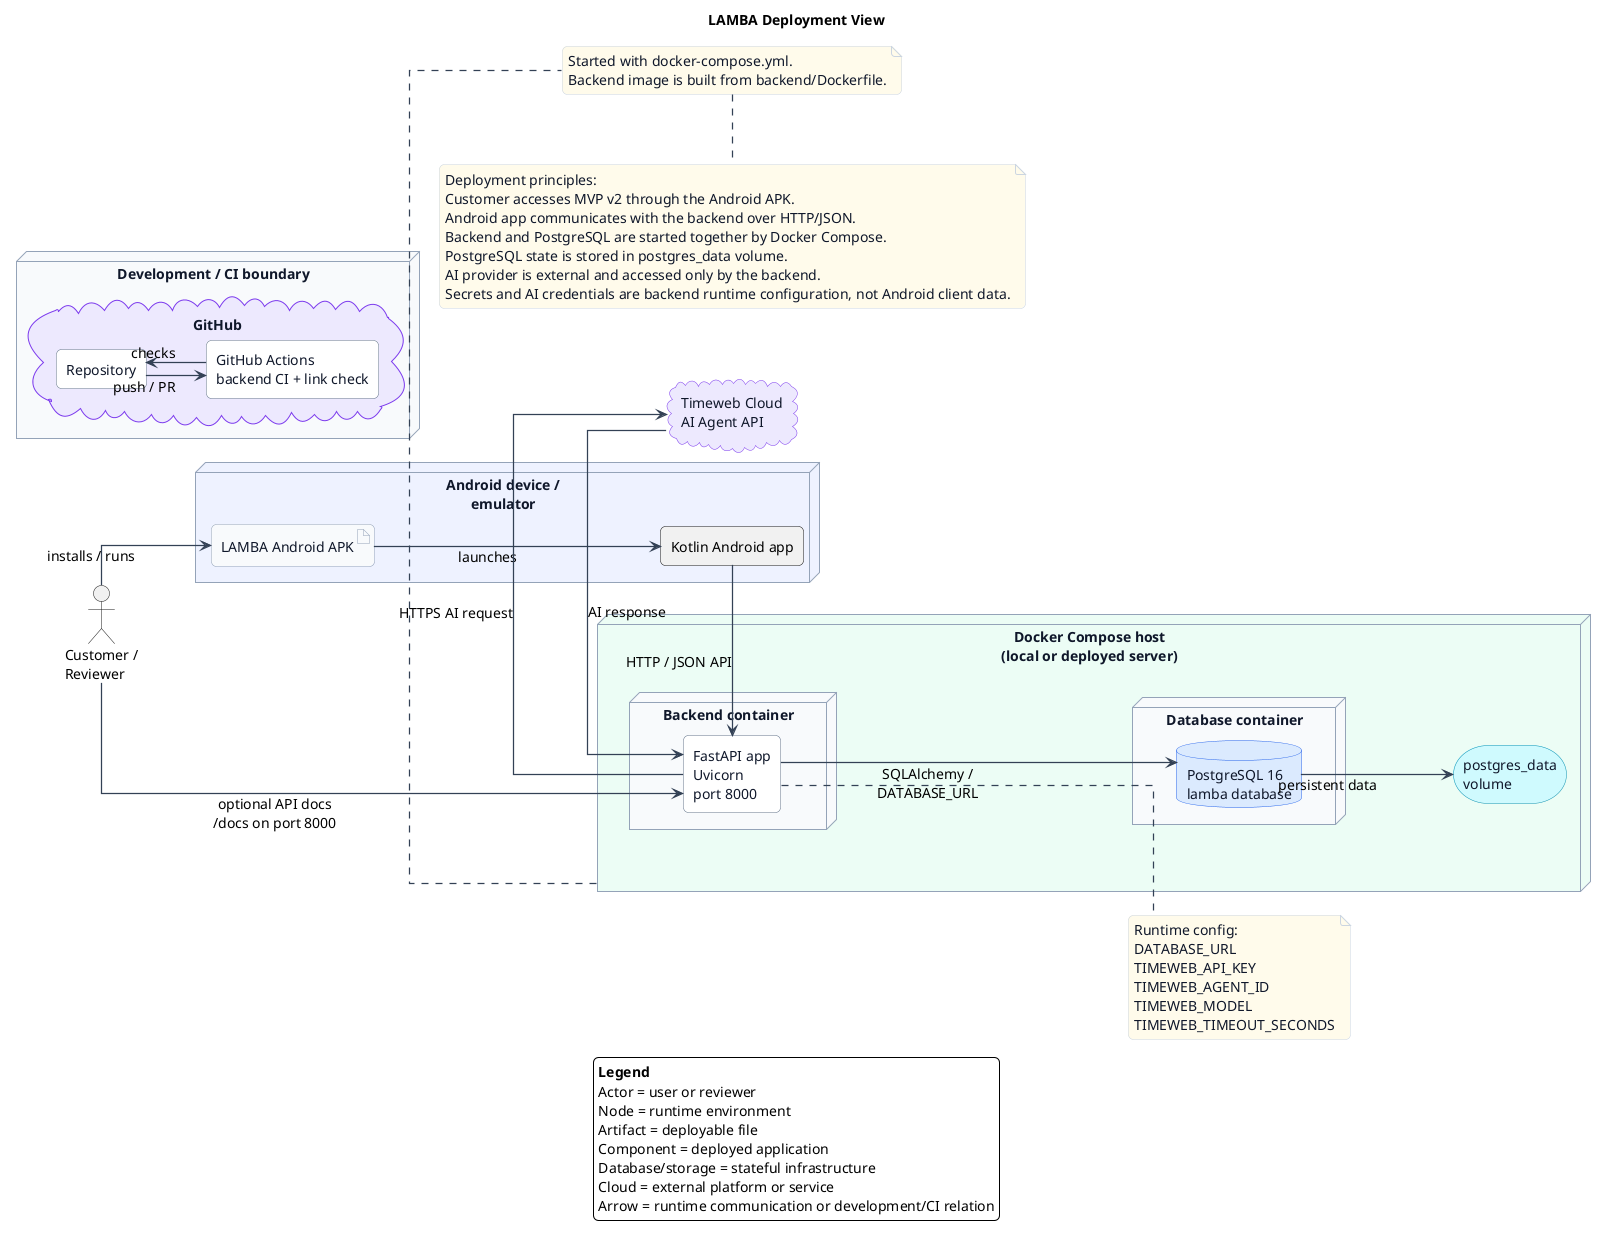
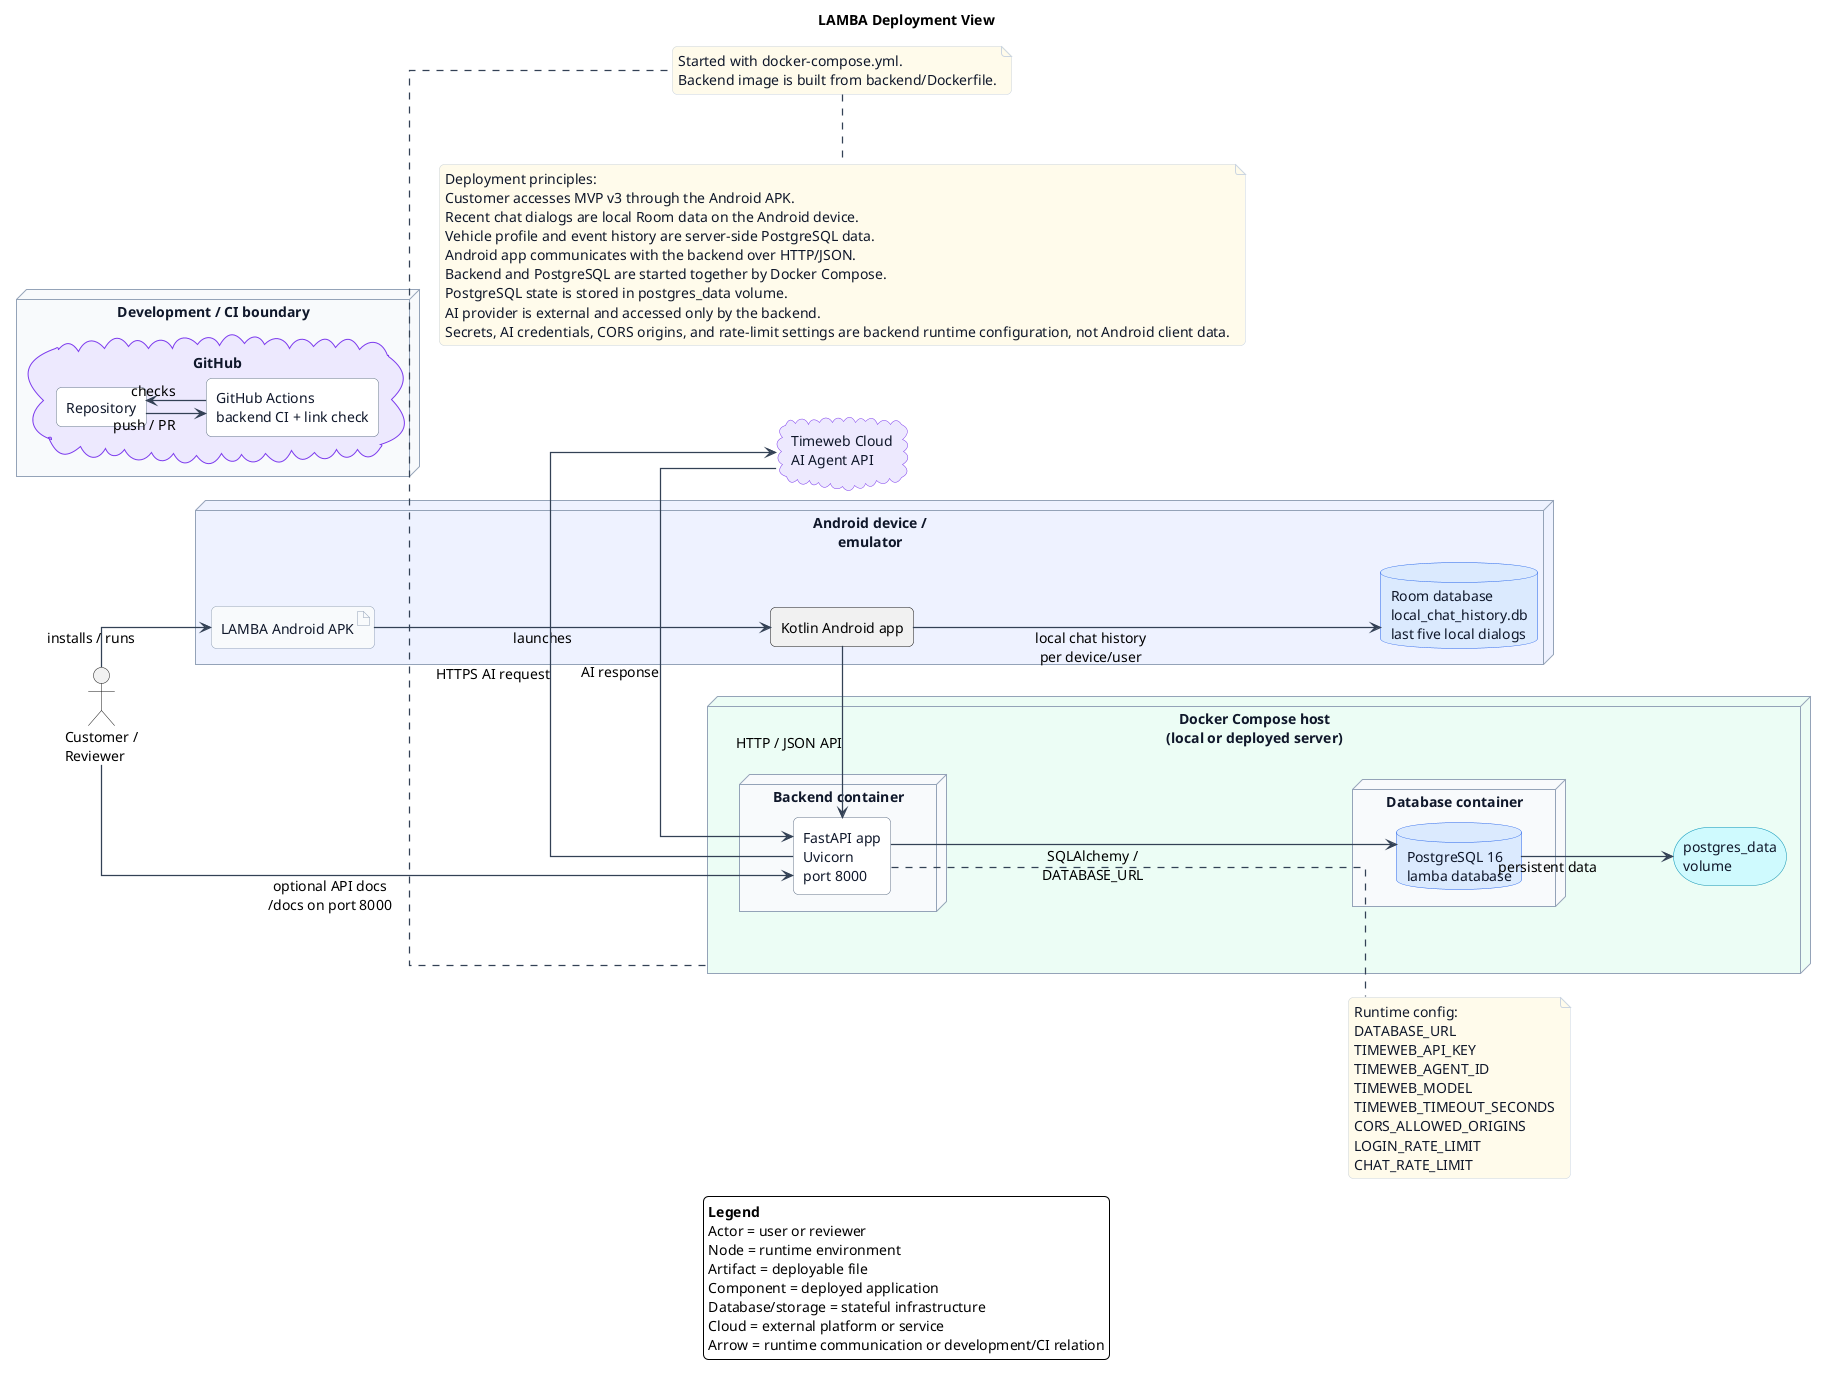
@startuml
title LAMBA Deployment View

left to right direction

skinparam shadowing false
skinparam backgroundColor #FFFFFF
skinparam defaultFontName Arial
skinparam defaultFontSize 14
skinparam componentStyle rectangle
skinparam linetype ortho
skinparam nodesep 70
skinparam ranksep 60
skinparam ArrowColor #334155
skinparam ArrowThickness 1.25
skinparam roundcorner 10

skinparam node {
  BorderColor #94A3B8
  BackgroundColor #F8FAFC
  FontColor #0F172A
}
skinparam database {
  BorderColor #2563EB
  BackgroundColor #DBEAFE
  FontColor #0F172A
}
skinparam cloud {
  BorderColor #7C3AED
  BackgroundColor #EDE9FE
  FontColor #0F172A
}
skinparam artifact {
  BorderColor #94A3B8
  BackgroundColor #F8FAFC
  FontColor #0F172A
}
skinparam component {
  BorderColor #64748B
  BackgroundColor #FFFFFF
  FontColor #0F172A
}
skinparam storage {
  BorderColor #0891B2
  BackgroundColor #CFFAFE
  FontColor #0F172A
}
skinparam note {
  BorderColor #CBD5E1
  BackgroundColor #FFFBEB
  FontColor #0F172A
}

actor "Customer /\nReviewer" as Reviewer

node "Android device /\nemulator" as AndroidNode #EEF2FF {
  artifact "LAMBA Android APK" as APK
  rectangle "Kotlin Android app" as AndroidApp
+   database "Room database\nlocal_chat_history.db\nlast five local dialogs" as RoomDb
}

node "Docker Compose host\n(local or deployed server)" as Host #ECFDF5 {
  node "Backend container" as BackendContainer {
    component "FastAPI app\nUvicorn\nport 8000" as Backend
  }

  node "Database container" as DatabaseContainer {
    database "PostgreSQL 16\nlamba database" as Db
  }

  storage "postgres_data\nvolume" as Volume
}

cloud "Timeweb Cloud\nAI Agent API" as Ai

node "Development / CI boundary" as DevCi #F8FAFC {
  cloud "GitHub" as GitHub {
    component "Repository" as Repo
    component "GitHub Actions\nbackend CI + link check" as Ci
  }
}

Reviewer -down-> APK : installs / runs
APK -down-> AndroidApp : launches
+ AndroidApp -down-> RoomDb : local chat history\nper device/user
AndroidApp -right-> Backend : HTTP / JSON API
Reviewer -right-> Backend : optional API docs\n/docs on port 8000

Backend -down-> Db : SQLAlchemy /\nDATABASE_URL
Db -down-> Volume : persistent data
Backend -right-> Ai : HTTPS AI request
Ai -left-> Backend : AI response

Repo -down-> Ci : push / PR
Ci -up-> Repo : checks

note right of Backend
Runtime config:
DATABASE_URL
TIMEWEB_API_KEY
TIMEWEB_AGENT_ID
TIMEWEB_MODEL
TIMEWEB_TIMEOUT_SECONDS
+ CORS_ALLOWED_ORIGINS
+ LOGIN_RATE_LIMIT
+ CHAT_RATE_LIMIT
end note

note bottom of Host
Started with docker-compose.yml.
Backend image is built from backend/Dockerfile.
end note

legend bottom
  <b>Legend</b>
  Actor = user or reviewer
  Node = runtime environment
  Artifact = deployable file
  Component = deployed application
  Database/storage = stateful infrastructure
  Cloud = external platform or service
  Arrow = runtime communication or development/CI relation
endlegend

note bottom
  Deployment principles:
-   Customer accesses MVP v2 through the Android APK.
+   Customer accesses MVP v3 through the Android APK.
+   Recent chat dialogs are local Room data on the Android device.
+   Vehicle profile and event history are server-side PostgreSQL data.
  Android app communicates with the backend over HTTP/JSON.
  Backend and PostgreSQL are started together by Docker Compose.
  PostgreSQL state is stored in postgres_data volume.
  AI provider is external and accessed only by the backend.
-   Secrets and AI credentials are backend runtime configuration, not Android client data.
+   Secrets, AI credentials, CORS origins, and rate-limit settings are backend runtime configuration, not Android client data.
end note

@enduml
